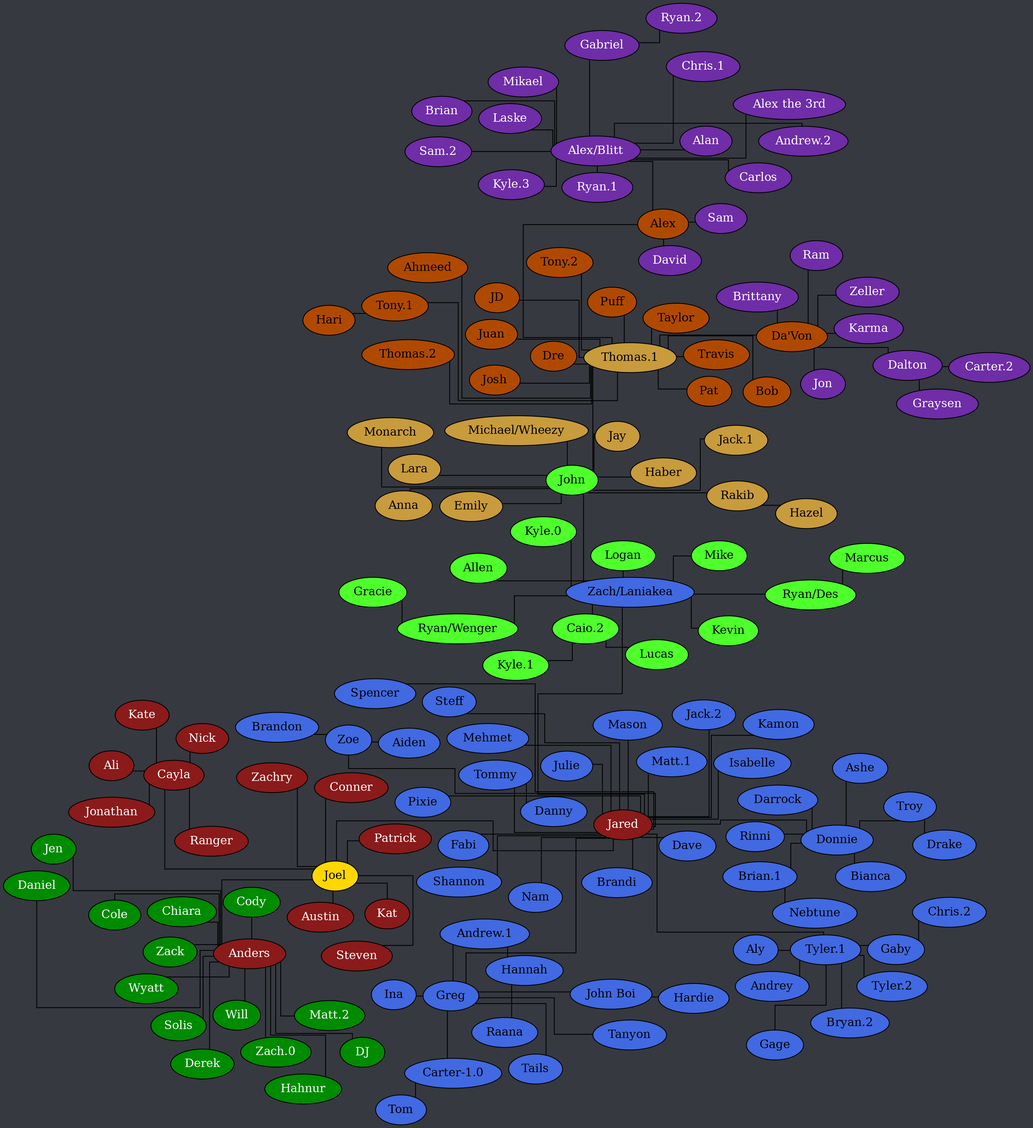
Before: tree.png, a diagram exported from Graphviz (Documidas/CoronaCatzFamilyTree). Its source is kept beside it as tree.dot.
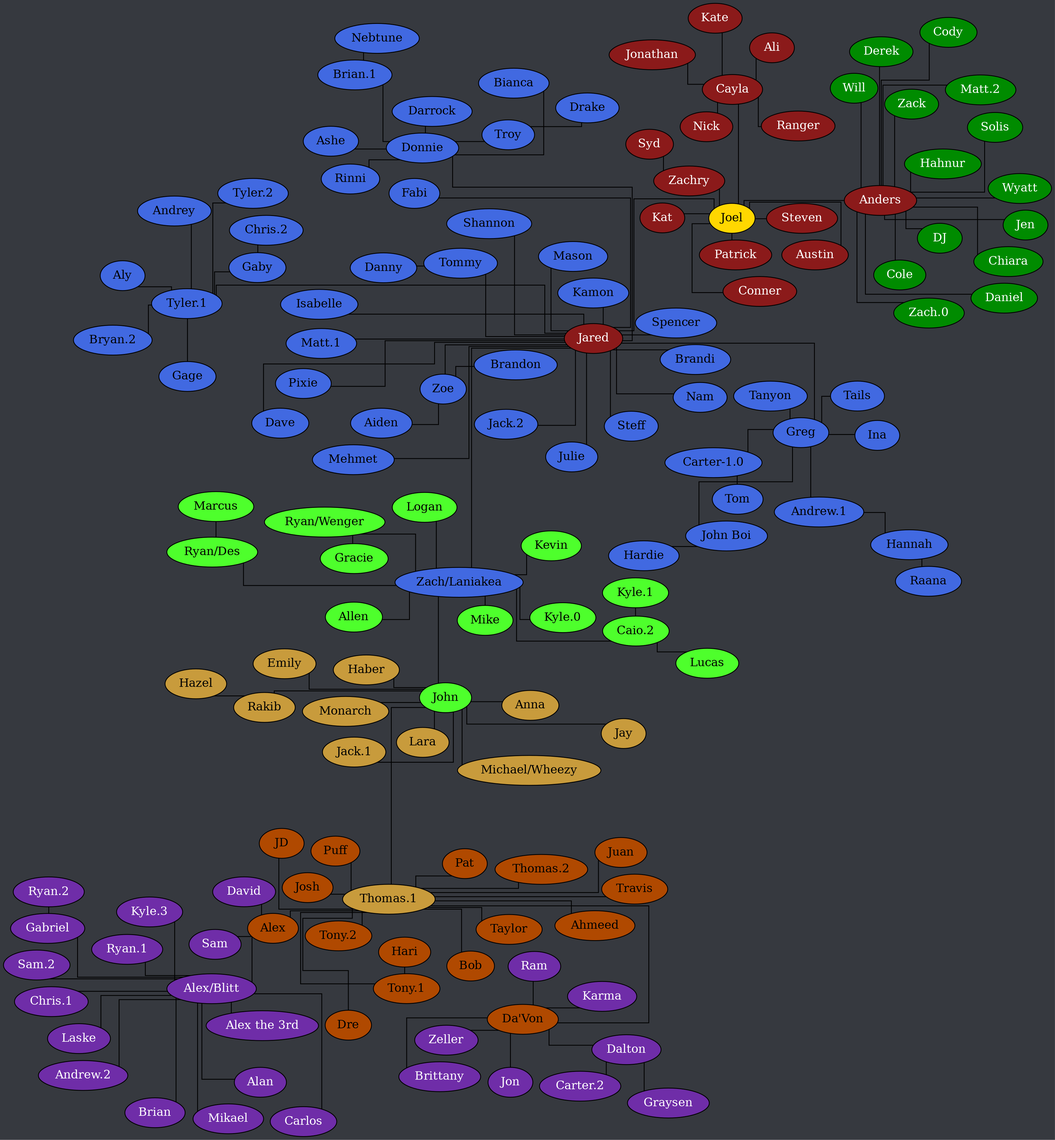
The same diagram one commit later.

The edit, as a diff of the source:
```diff
@@ -28,7 +28,8 @@
 		Joel -- Kat;
 		Joel -- Patrick;
 		Joel -- Steven;
-		Joel -- "Zachry";
+		Joel -- Zachry;
+		Zachry -- Syd;
 	}
 
 	subgraph "Anders" {
```
